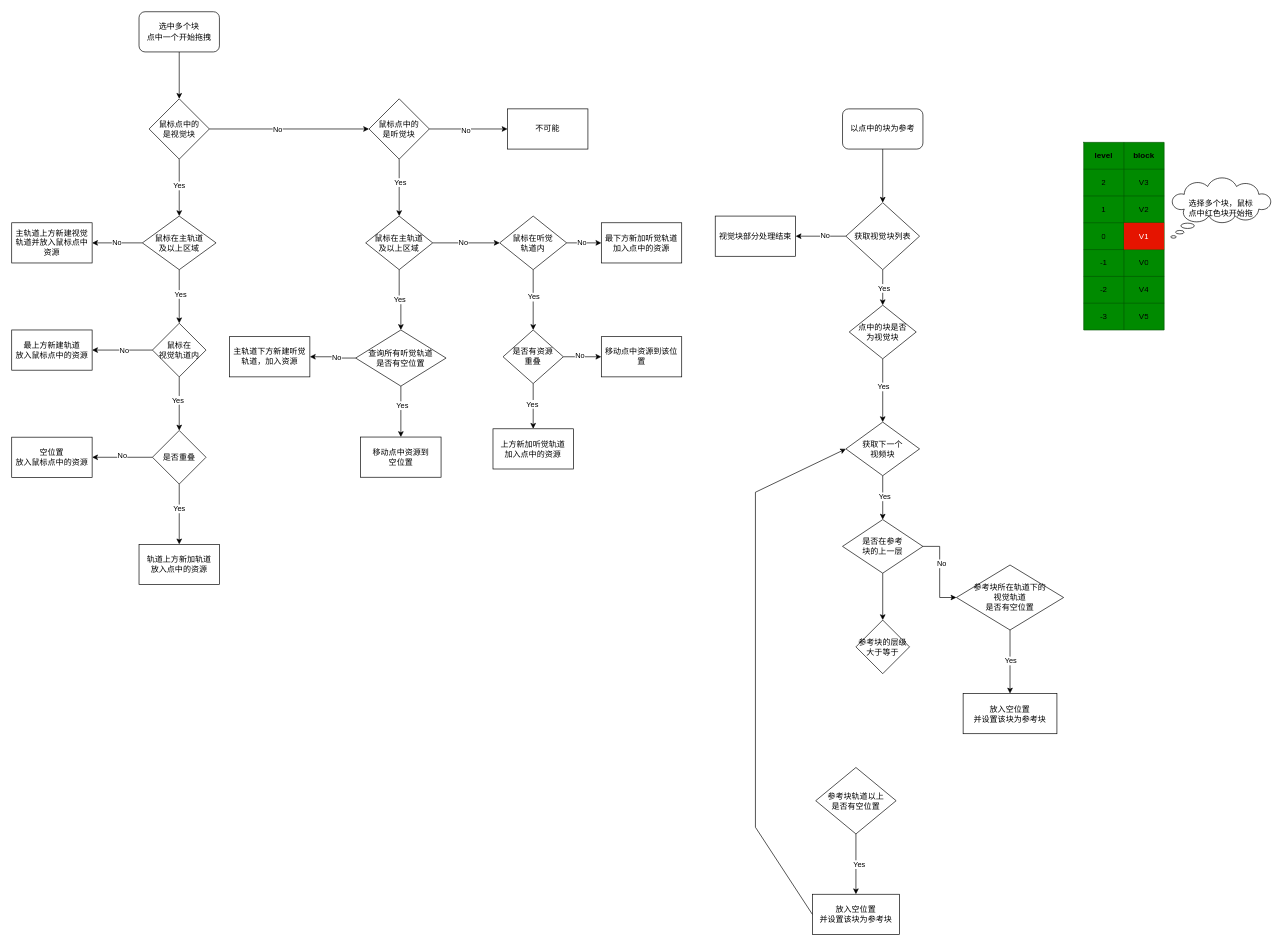
This is page "多块移动-拖拽块" (3 of 4) of drag flow.drawio from macfanr/drawio, a draw.io file, before an edit. Source tidied: cells renumbered, new cells numbered last; positions are measured from the earlier drawing's top-left corner, leaving out a move shared by most shapes. Both pictures are drawn from the tidied source at 67%, with x=0, y=0 at pixel (11, 11).
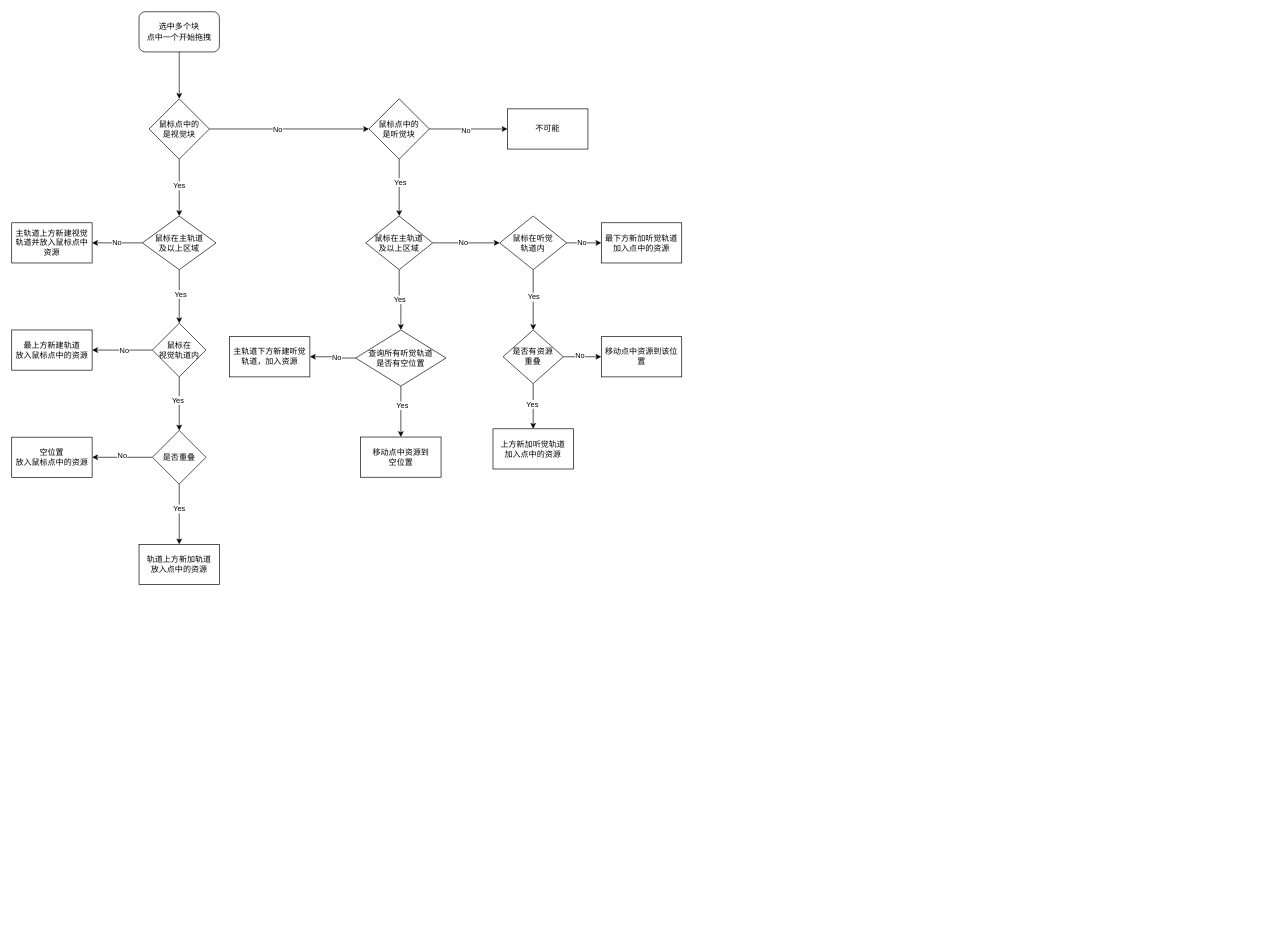
Above is the later version.

Diff of the diagram source:
```diff
@@
-    <mxCell id="38" style="edgeStyle=orthogonalEdgeStyle;rounded=0;jettySize=auto;html=1;endArrow=classic;endFill=1;" parent="1" edge="1" source="39" target="44">
-      <mxGeometry relative="1" as="geometry" />
-    </mxCell>
-    <mxCell id="39" value="以点中的块为参考" style="rounded=1;whiteSpace=wrap;html=1;" parent="1" vertex="1">
-      <mxGeometry x="1240" y="145" width="120" height="60" as="geometry" />
-    </mxCell>
-    <mxCell id="40" style="edgeStyle=orthogonalEdgeStyle;rounded=0;jettySize=auto;html=1;endArrow=classic;endFill=1;" parent="1" edge="1" source="44" target="83">
-      <mxGeometry relative="1" as="geometry" />
-    </mxCell>
-    <mxCell id="41" value="Yes" style="edgeLabel;html=1;align=center;verticalAlign=middle;" parent="40" vertex="1">
-      <mxGeometry x="0.02" y="1" relative="1" as="geometry" />
-    </mxCell>
-    <mxCell id="42" style="edgeStyle=orthogonalEdgeStyle;rounded=0;jettySize=auto;html=1;endArrow=classic;endFill=1;" parent="1" edge="1" source="44" target="107">
-      <mxGeometry relative="1" as="geometry" />
-    </mxCell>
-    <mxCell id="43" value="No" style="edgeLabel;html=1;align=center;verticalAlign=middle;" parent="42" vertex="1">
-      <mxGeometry x="-0.15" y="-2" relative="1" as="geometry" />
-    </mxCell>
-    <mxCell id="44" value="获取视觉块列表" style="rhombus;whiteSpace=wrap;html=1;rounded=0;" parent="1" vertex="1">
-      <mxGeometry x="1245" y="285" width="110" height="100" as="geometry" />
-    </mxCell>
-    <mxCell id="45" style="edgeStyle=orthogonalEdgeStyle;rounded=0;jettySize=auto;html=1;endArrow=classic;endFill=1;" parent="1" edge="1" source="47" target="71">
-      <mxGeometry relative="1" as="geometry" />
-    </mxCell>
-    <mxCell id="46" value="Yes" style="edgeLabel;html=1;align=center;verticalAlign=middle;" parent="45" vertex="1">
-      <mxGeometry x="-0.06" y="2" relative="1" as="geometry" />
-    </mxCell>
-    <mxCell id="47" value="获取下一个&lt;br&gt;视频块" style="rhombus;whiteSpace=wrap;html=1;rounded=0;" parent="1" vertex="1">
-      <mxGeometry x="1245" y="612.5" width="110" height="80" as="geometry" />
-    </mxCell>
@@
-    <mxCell id="68" style="edgeStyle=orthogonalEdgeStyle;rounded=0;jettySize=auto;html=1;endArrow=classic;endFill=1;" parent="1" edge="1" source="71" target="79">
-      <mxGeometry relative="1" as="geometry" />
-    </mxCell>
-    <mxCell id="69" value="No" style="edgeLabel;html=1;align=center;verticalAlign=middle;" parent="68" vertex="1">
-      <mxGeometry x="-0.21" y="2" relative="1" as="geometry" />
-    </mxCell>
-    <mxCell id="70" style="edgeStyle=orthogonalEdgeStyle;rounded=0;jettySize=auto;html=1;endArrow=classic;endFill=1;" parent="1" edge="1" source="71" target="84">
-      <mxGeometry relative="1" as="geometry" />
-    </mxCell>
-    <mxCell id="71" value="是否在参考&lt;br&gt;块的上一层" style="rhombus;whiteSpace=wrap;html=1;rounded=0;" parent="1" vertex="1">
-      <mxGeometry x="1240" y="758" width="120" height="80" as="geometry" />
-    </mxCell>
-    <mxCell id="72" style="edgeStyle=orthogonalEdgeStyle;rounded=0;jettySize=auto;html=1;endArrow=classic;endFill=1;entryX=0.5;entryY=0;entryDx=0;entryDy=0;" parent="1" edge="1" source="74" target="75">
-      <mxGeometry relative="1" as="geometry" />
-    </mxCell>
-    <mxCell id="73" value="Yes" style="edgeLabel;html=1;align=center;verticalAlign=middle;" parent="72" vertex="1">
-      <mxGeometry x="0.01" y="4" relative="1" as="geometry" />
-    </mxCell>
-    <mxCell id="74" value="参考块轨道以上&lt;br&gt;是否有空位置" style="rhombus;whiteSpace=wrap;html=1;rounded=0;" parent="1" vertex="1">
-      <mxGeometry x="1200" y="1128" width="120" height="99.2" as="geometry" />
-    </mxCell>
-    <mxCell id="75" value="放入空位置&lt;br&gt;并设置该块为参考块" style="rounded=0;whiteSpace=wrap;html=1;" parent="1" vertex="1">
-      <mxGeometry x="1195" y="1317.2" width="130" height="60" as="geometry" />
-    </mxCell>
-    <mxCell id="76" style="endArrow=classic;html=1;rounded=0;exitX=0;exitY=0.5;exitDx=0;exitDy=0;entryX=0;entryY=0.5;entryDx=0;entryDy=0;" parent="1" edge="1" source="75" target="47">
-      <mxGeometry relative="1" as="geometry">
-        <Array as="points">
-          <mxPoint x="1110" y="1217.2" />
-          <mxPoint x="1110" y="717.2" />
-        </Array>
-      </mxGeometry>
-    </mxCell>
-    <mxCell id="77" style="edgeStyle=orthogonalEdgeStyle;rounded=0;jettySize=auto;html=1;endArrow=classic;endFill=1;entryX=0.5;entryY=0;entryDx=0;entryDy=0;" parent="1" edge="1" source="79" target="80">
-      <mxGeometry relative="1" as="geometry" />
-    </mxCell>
-    <mxCell id="78" value="Yes" style="edgeLabel;html=1;align=center;verticalAlign=middle;" parent="77" vertex="1">
-      <mxGeometry x="-0.03" relative="1" as="geometry" />
-    </mxCell>
-    <mxCell id="79" value="&lt;span&gt;参考块所在轨道下的&lt;br&gt;视觉轨道&lt;/span&gt;&lt;br&gt;&lt;span&gt;是否有空位置&lt;/span&gt;" style="rhombus;whiteSpace=wrap;html=1;rounded=0;" parent="1" vertex="1">
-      <mxGeometry x="1410" y="825.8" width="160" height="97" as="geometry" />
-    </mxCell>
-    <mxCell id="80" value="&lt;span&gt;放入空位置&lt;/span&gt;&lt;br&gt;&lt;span&gt;并设置该块为参考块&lt;/span&gt;" style="rounded=0;whiteSpace=wrap;html=1;" parent="1" vertex="1">
-      <mxGeometry x="1420" y="1017.6" width="140" height="60" as="geometry" />
-    </mxCell>
-    <mxCell id="81" style="edgeStyle=orthogonalEdgeStyle;rounded=0;jettySize=auto;html=1;endArrow=classic;endFill=1;entryX=0.5;entryY=0;entryDx=0;entryDy=0;" parent="1" edge="1" source="83" target="47">
-      <mxGeometry relative="1" as="geometry" />
-    </mxCell>
-    <mxCell id="82" value="Yes" style="edgeLabel;html=1;align=center;verticalAlign=middle;" parent="81" vertex="1">
-      <mxGeometry x="-0.13" relative="1" as="geometry" />
-    </mxCell>
-    <mxCell id="83" value="点中的块是否&lt;br&gt;为视觉块" style="rhombus;whiteSpace=wrap;html=1;rounded=0;" parent="1" vertex="1">
-      <mxGeometry x="1250" y="438" width="100" height="80" as="geometry" />
-    </mxCell>
-    <mxCell id="84" value="参考块的层级&lt;br&gt;大于等于" style="rhombus;whiteSpace=wrap;html=1;rounded=0;" parent="1" vertex="1">
-      <mxGeometry x="1260" y="908" width="80" height="80" as="geometry" />
-    </mxCell>
-    <mxCell id="85" style="shape=table;startSize=0;childLayout=tableLayout;rounded=0;fillColor=#008a00;fontColor=#ffffff;strokeColor=#005700;" parent="1" vertex="1">
-      <mxGeometry x="1600" y="195" width="120" height="280" as="geometry" />
-    </mxCell>
-    <mxCell id="86" style="shape=tableRow;horizontal=0;startSize=0;swimlaneHead=0;swimlaneBody=0;top=0;left=0;bottom=0;right=0;fillColor=none;rounded=0;" parent="85" vertex="1">
-      <mxGeometry width="120" height="40" as="geometry" />
-    </mxCell>
-    <mxCell id="87" value="&lt;b&gt;level&lt;/b&gt;" style="shape=partialRectangle;html=1;whiteSpace=wrap;overflow=hidden;fillColor=none;top=0;left=0;bottom=0;right=0;rounded=0;" parent="86" vertex="1">
-      <mxGeometry width="60" height="40" as="geometry" />
-    </mxCell>
-    <mxCell id="88" value="block" style="shape=partialRectangle;html=1;whiteSpace=wrap;overflow=hidden;fillColor=none;top=0;left=0;bottom=0;right=0;rounded=0;fontStyle=1;" parent="86" vertex="1">
-      <mxGeometry x="60" width="60" height="40" as="geometry" />
-    </mxCell>
-    <mxCell id="89" style="shape=tableRow;horizontal=0;startSize=0;swimlaneHead=0;swimlaneBody=0;top=0;left=0;bottom=0;right=0;fillColor=none;rounded=0;" parent="85" vertex="1">
-      <mxGeometry y="40" width="120" height="40" as="geometry" />
-    </mxCell>
-    <mxCell id="90" value="2" style="shape=partialRectangle;html=1;whiteSpace=wrap;overflow=hidden;fillColor=none;top=0;left=0;bottom=0;right=0;rounded=0;" parent="89" vertex="1">
-      <mxGeometry width="60" height="40" as="geometry" />
-    </mxCell>
-    <mxCell id="91" value="V3" style="shape=partialRectangle;html=1;whiteSpace=wrap;overflow=hidden;fillColor=none;top=0;left=0;bottom=0;right=0;rounded=0;" parent="89" vertex="1">
-      <mxGeometry x="60" width="60" height="40" as="geometry" />
-    </mxCell>
-    <mxCell id="92" style="shape=tableRow;horizontal=0;startSize=0;swimlaneHead=0;swimlaneBody=0;top=0;left=0;bottom=0;right=0;fillColor=none;rounded=0;" parent="85" vertex="1">
-      <mxGeometry y="80" width="120" height="40" as="geometry" />
-    </mxCell>
-    <mxCell id="93" value="1" style="shape=partialRectangle;html=1;whiteSpace=wrap;overflow=hidden;fillColor=none;top=0;left=0;bottom=0;right=0;rounded=0;" parent="92" vertex="1">
-      <mxGeometry width="60" height="40" as="geometry" />
-    </mxCell>
-    <mxCell id="94" value="V2" style="shape=partialRectangle;html=1;whiteSpace=wrap;overflow=hidden;fillColor=none;top=0;left=0;bottom=0;right=0;rounded=0;" parent="92" vertex="1">
-      <mxGeometry x="60" width="60" height="40" as="geometry" />
-    </mxCell>
-    <mxCell id="95" style="shape=tableRow;horizontal=0;startSize=0;swimlaneHead=0;swimlaneBody=0;top=0;left=0;bottom=0;right=0;fillColor=none;rounded=0;" parent="85" vertex="1">
-      <mxGeometry y="120" width="120" height="40" as="geometry" />
-    </mxCell>
-    <mxCell id="96" value="0" style="shape=partialRectangle;html=1;whiteSpace=wrap;overflow=hidden;fillColor=none;top=0;left=0;bottom=0;right=0;rounded=0;" parent="95" vertex="1">
-      <mxGeometry width="60" height="40" as="geometry" />
-    </mxCell>
-    <mxCell id="97" value="V1" style="shape=partialRectangle;html=1;whiteSpace=wrap;overflow=hidden;fillColor=#e51400;top=0;left=0;bottom=0;right=0;rounded=0;strokeColor=#B20000;fontColor=#ffffff;" parent="95" vertex="1">
-      <mxGeometry x="60" width="60" height="40" as="geometry" />
-    </mxCell>
-    <mxCell id="98" style="shape=tableRow;horizontal=0;startSize=0;swimlaneHead=0;swimlaneBody=0;top=0;left=0;bottom=0;right=0;fillColor=none;rounded=0;" parent="85" vertex="1">
-      <mxGeometry y="160" width="120" height="40" as="geometry" />
-    </mxCell>
-    <mxCell id="99" value="-1" style="shape=partialRectangle;html=1;whiteSpace=wrap;overflow=hidden;fillColor=none;top=0;left=0;bottom=0;right=0;rounded=0;" parent="98" vertex="1">
-      <mxGeometry width="60" height="40" as="geometry" />
-    </mxCell>
-    <mxCell id="100" value="V0" style="shape=partialRectangle;html=1;whiteSpace=wrap;overflow=hidden;fillColor=none;top=0;left=0;bottom=0;right=0;rounded=0;" parent="98" vertex="1">
-      <mxGeometry x="60" width="60" height="40" as="geometry" />
-    </mxCell>
-    <mxCell id="101" style="shape=tableRow;horizontal=0;startSize=0;swimlaneHead=0;swimlaneBody=0;top=0;left=0;bottom=0;right=0;fillColor=none;rounded=0;" parent="85" vertex="1">
-      <mxGeometry y="200" width="120" height="40" as="geometry" />
-    </mxCell>
-    <mxCell id="102" value="-2" style="shape=partialRectangle;html=1;whiteSpace=wrap;overflow=hidden;fillColor=none;top=0;left=0;bottom=0;right=0;rounded=0;" parent="101" vertex="1">
-      <mxGeometry width="60" height="40" as="geometry" />
-    </mxCell>
-    <mxCell id="103" value="V4" style="shape=partialRectangle;html=1;whiteSpace=wrap;overflow=hidden;fillColor=none;top=0;left=0;bottom=0;right=0;rounded=0;" parent="101" vertex="1">
-      <mxGeometry x="60" width="60" height="40" as="geometry" />
-    </mxCell>
-    <mxCell id="104" style="shape=tableRow;horizontal=0;startSize=0;swimlaneHead=0;swimlaneBody=0;top=0;left=0;bottom=0;right=0;fillColor=none;rounded=0;" parent="85" vertex="1">
-      <mxGeometry y="240" width="120" height="40" as="geometry" />
-    </mxCell>
-    <mxCell id="105" value="-3" style="shape=partialRectangle;html=1;whiteSpace=wrap;overflow=hidden;fillColor=none;top=0;left=0;bottom=0;right=0;rounded=0;" parent="104" vertex="1">
-      <mxGeometry width="60" height="40" as="geometry" />
-    </mxCell>
-    <mxCell id="106" value="V5" style="shape=partialRectangle;html=1;whiteSpace=wrap;overflow=hidden;fillColor=none;top=0;left=0;bottom=0;right=0;rounded=0;" parent="104" vertex="1">
-      <mxGeometry x="60" width="60" height="40" as="geometry" />
-    </mxCell>
-    <mxCell id="107" value="视觉块部分处理结束" style="whiteSpace=wrap;html=1;rounded=0;" parent="1" vertex="1">
-      <mxGeometry x="1050" y="305" width="120" height="60" as="geometry" />
-    </mxCell>
-    <mxCell id="108" value="选择多个块，鼠标&lt;br&gt;点中红色块开始拖" style="whiteSpace=wrap;html=1;shape=mxgraph.basic.cloud_callout;rounded=0;" parent="1" vertex="1">
-      <mxGeometry x="1730" y="248" width="150" height="90" as="geometry" />
-    </mxCell>
```
